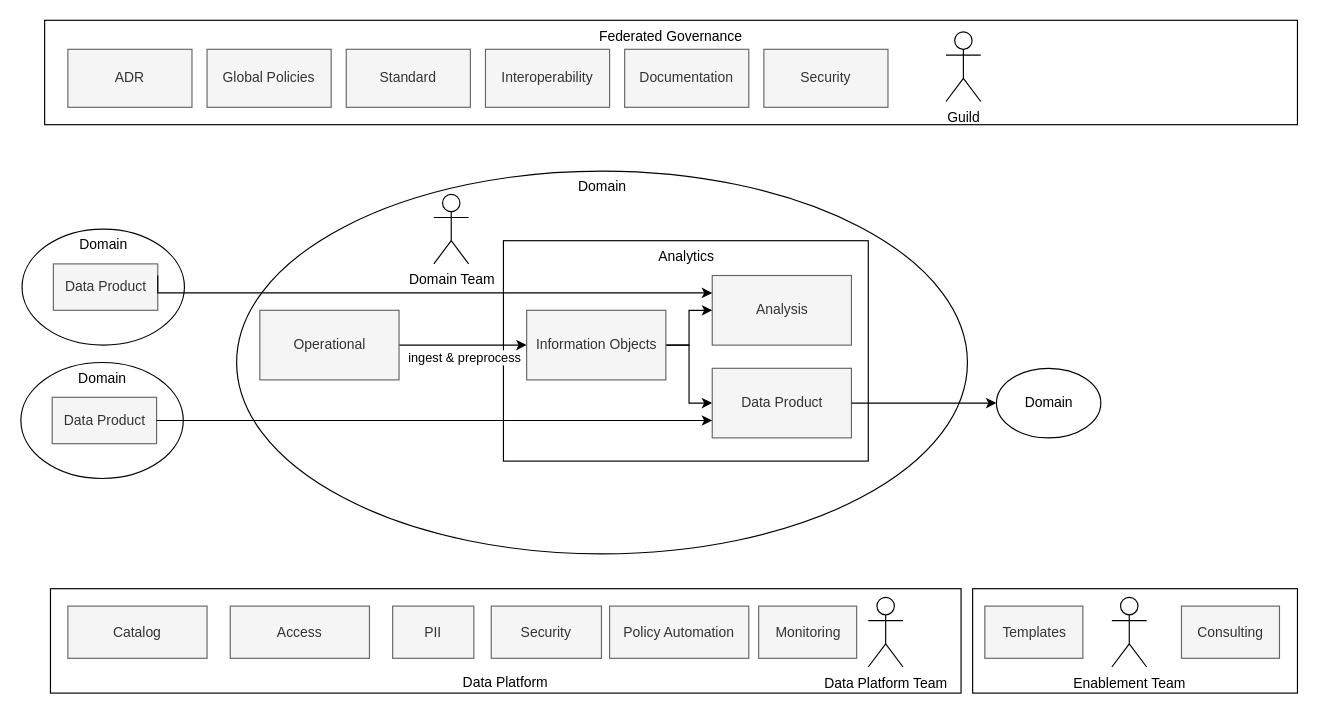
Above: diagrams/datamesharchitecture.drawio in datamesh-architecture/datamesh-architecture.com (draw.io), before the change. Source tidied: cells renumbered, new cells numbered last; positions are measured from the earlier drawing's top-left corner, leaving out a move shared by most shapes. Both pictures are drawn from the tidied source at 116%, with x=0, y=0 at pixel (21, 20).
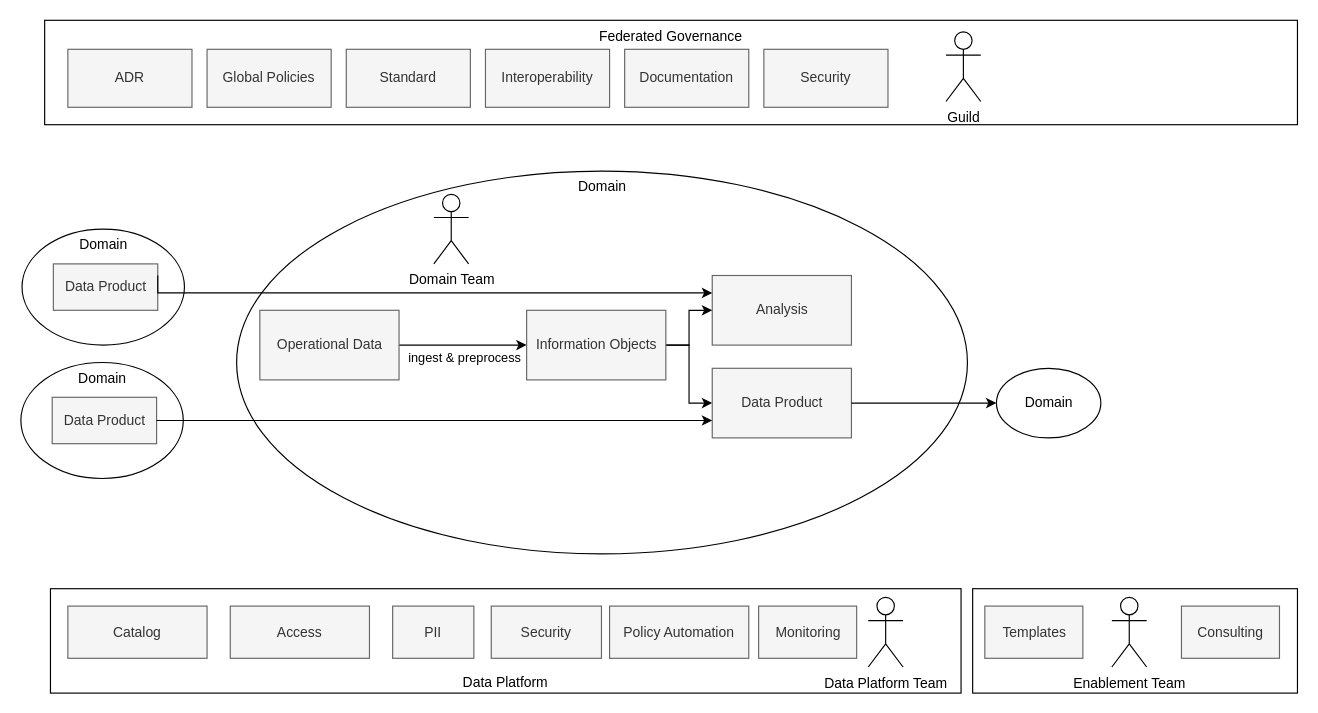
Above is the later version.

Diff of the diagram source:
```diff
@@
-    <mxCell id="4" value="Analytics" style="rounded=0;whiteSpace=wrap;html=1;verticalAlign=top;" parent="1" vertex="1">
-      <mxGeometry x="415.5" y="190" width="314.5" height="190" as="geometry" />
-    </mxCell>
@@
-    <mxCell id="16" value="Operational" style="rounded=0;whiteSpace=wrap;html=1;fillColor=#f5f5f5;fontColor=#333333;strokeColor=#666666;" parent="1" vertex="1">
+    <mxCell id="16" value="Operational Data" style="rounded=0;whiteSpace=wrap;html=1;fillColor=#f5f5f5;fontColor=#333333;strokeColor=#666666;" parent="1" vertex="1">
       <mxGeometry x="205.5" y="250" width="120" height="60" as="geometry" />
     </mxCell>
```
